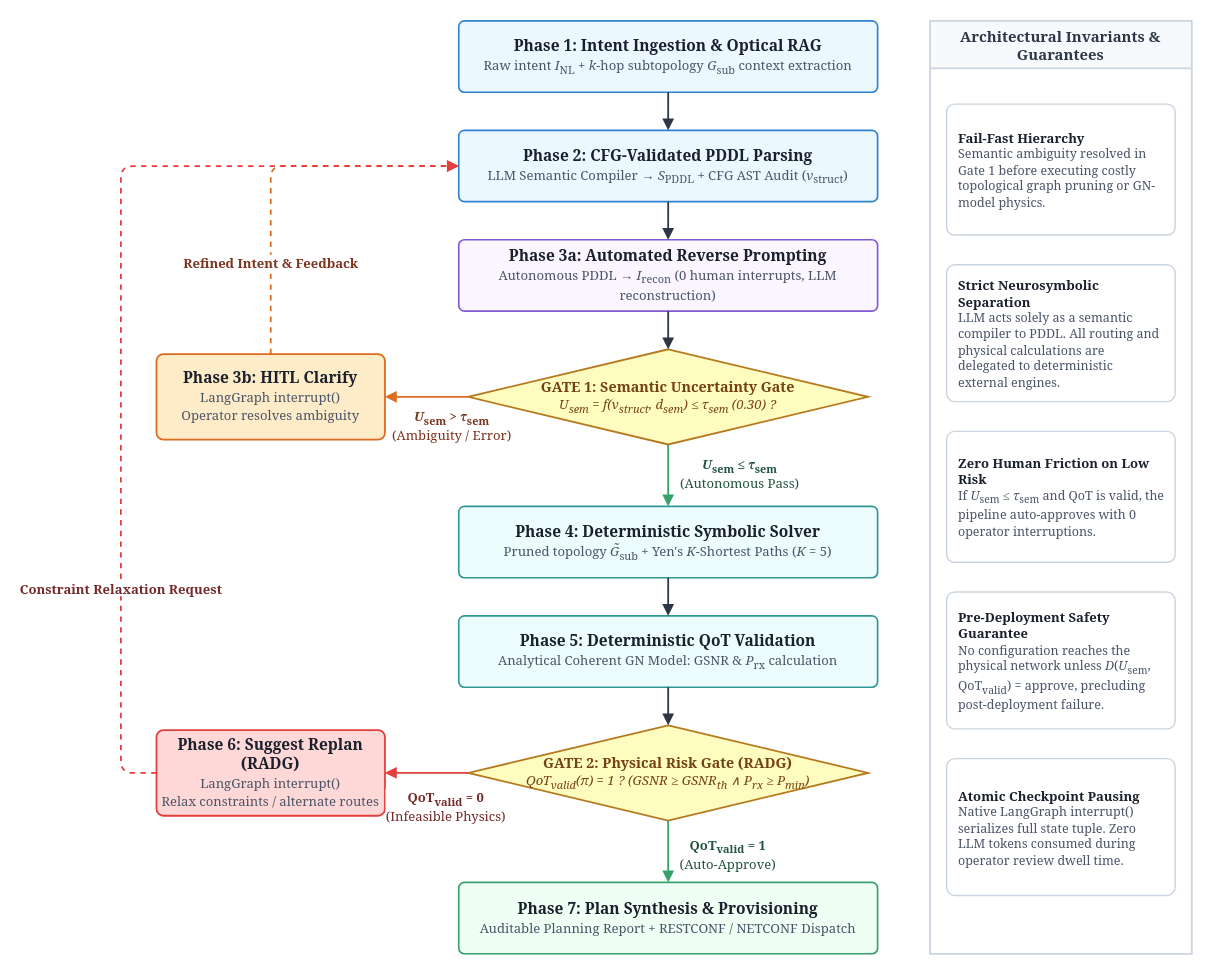
Above: docs/LLM_Wiki/wiki/thesis_drafts/3_SystemModel/figs_SystemModel/src/diagrams/conceptual_framework.drawio in ABADIAb/MultiAgent-ON (draw.io), before the change. Source tidied: cells renumbered, new cells numbered last; positions are measured from the earlier drawing's top-left corner, leaving out a move shared by most shapes. Both pictures are drawn from the tidied source at 119%, with x=0, y=0 at pixel (120, 20).
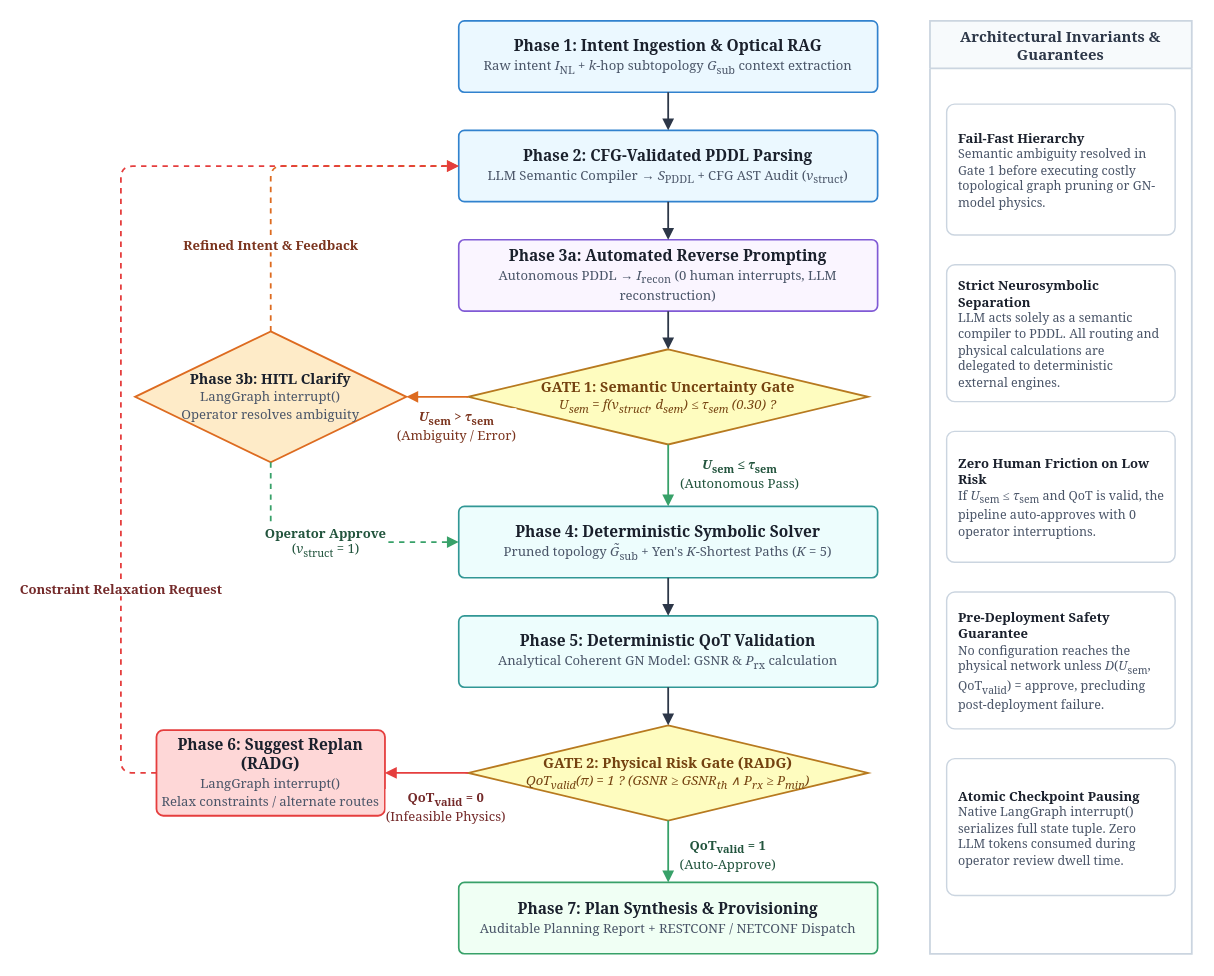
Above is the later version.

Unchanged cells that the change refers to:
```xml
<mxCell id="7" value="&lt;b&gt;Phase 4: Deterministic Symbolic Solver&lt;/b&gt;&lt;br&gt;&lt;font style=&quot;font-size: 11px;&quot; color=&quot;#4A5568&quot;&gt;Pruned topology &lt;i&gt;G̃&lt;/i&gt;&lt;sub&gt;sub&lt;/sub&gt; + Yen's &lt;i&gt;K&lt;/i&gt;-Shortest Paths (&lt;i&gt;K&lt;/i&gt; = 5)&lt;/font&gt;" style="rounded=1;whiteSpace=wrap;html=1;arcSize=8;fillColor=#EDFDFD;strokeColor=#319795;strokeWidth=1.4;fontFamily=Georgia, Times New Roman, serif;fontSize=13;fontColor=#1A202C;align=center;verticalAlign=middle;" parent="1" vertex="1">
  <mxGeometry x="284" y="408" width="352" height="60" as="geometry" />
</mxCell>
```

The edit, as a diff of the source:
```diff
@@
-    <mxCell id="6" value="&lt;b&gt;Phase 3b: HITL Clarify&lt;/b&gt;&lt;br&gt;&lt;font style=&quot;font-size: 11px;&quot; color=&quot;#4A5568&quot;&gt;LangGraph interrupt()&lt;br&gt;Operator resolves ambiguity&lt;/font&gt;" style="rounded=1;whiteSpace=wrap;html=1;arcSize=8;fillColor=#FEEBC8;strokeColor=#DD6B20;strokeWidth=1.5;fontFamily=Georgia, Times New Roman, serif;fontSize=13;fontColor=#1A202C;align=center;verticalAlign=middle;" parent="1" vertex="1">
-      <mxGeometry x="30" y="280" width="192" height="72" as="geometry" />
+    <mxCell id="6" value="&lt;b&gt;Phase 3b: HITL Clarify&lt;/b&gt;&lt;br&gt;&lt;font style=&quot;font-size: 11px;&quot; color=&quot;#4A5568&quot;&gt;LangGraph interrupt()&lt;br&gt;Operator resolves ambiguity&lt;/font&gt;" style="rhombus;whiteSpace=wrap;html=1;fillColor=#FEEBC8;strokeColor=#DD6B20;strokeWidth=1.5;fontFamily=Georgia, Times New Roman, serif;fontSize=12;fontColor=#1A202C;align=center;verticalAlign=middle;" parent="1" vertex="1">
+      <mxGeometry x="12" y="261" width="228" height="110" as="geometry" />
     </mxCell>
@@
+    <mxCell id="29" value="&lt;b&gt;Operator Approve&lt;/b&gt;&lt;br&gt;(&lt;i&gt;v&lt;/i&gt;&lt;sub&gt;struct&lt;/sub&gt; = 1)" style="edgeStyle=orthogonalEdgeStyle;curved=0;dashed=1;html=1;strokeColor=#38A169;strokeWidth=1.5;fontFamily=Georgia, Times New Roman, serif;fontSize=11;fontColor=#22543D;endArrow=block;endFill=1;labelBackgroundColor=#FFFFFF;rounded=1;exitX=0.5;exitY=1;exitDx=0;exitDy=0;entryX=0;entryY=0.5;entryDx=0;entryDy=0;" parent="1" edge="1" source="6" target="7">
+      <mxGeometry relative="1" as="geometry">
+        <Array as="points">
+          <mxPoint x="126" y="438" />
+        </Array>
+      </mxGeometry>
+    </mxCell>
```
